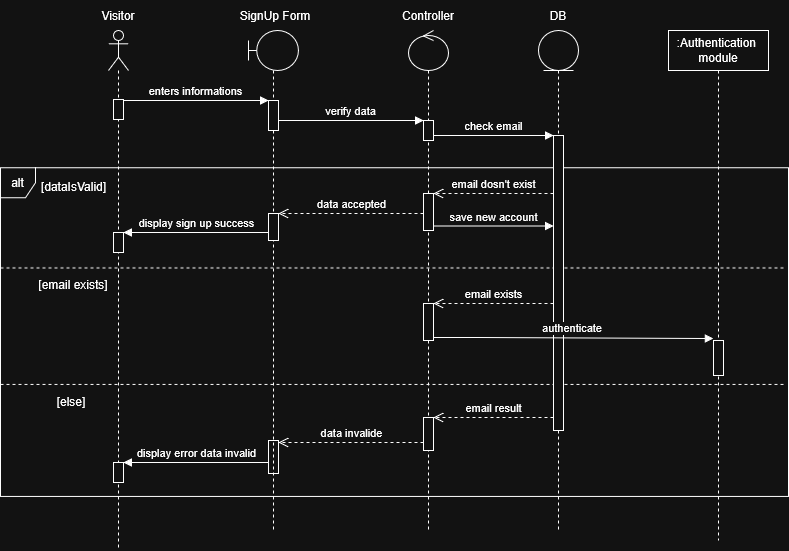
This is uml diagram/createAccount_sequence.png from rayenbenyoussef/Jci_Manager, a draw.io export, as it was before one commit. Source tidied: cells renumbered, new cells last; positions are measured from the earlier drawing's top-left corner, leaving out a move shared by most shapes.
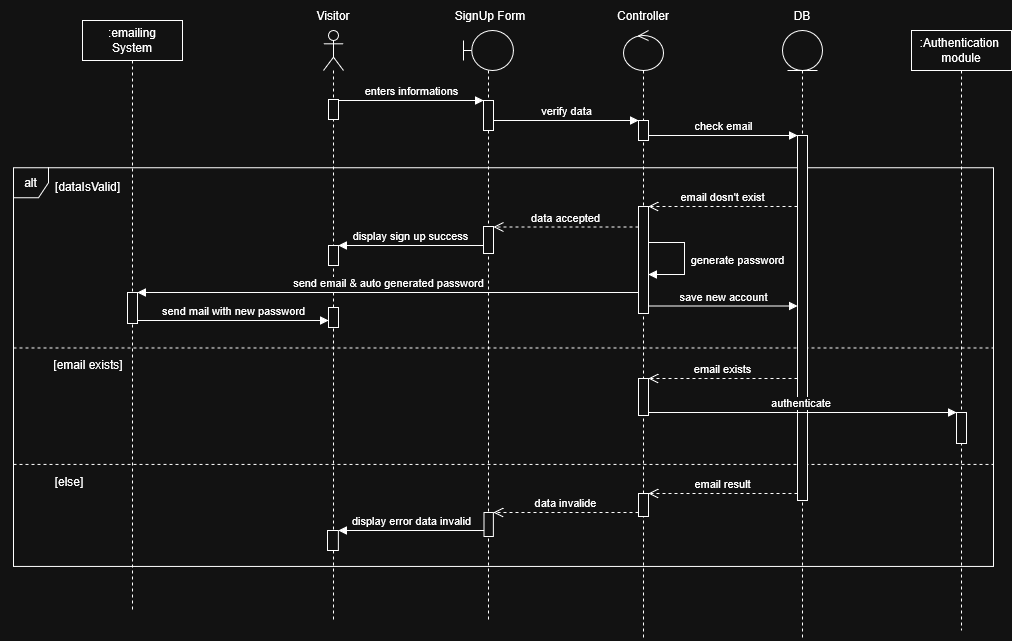
The same file after the commit.

Diff of the diagram source:
```diff
@@ -3,67 +3,67 @@
     <mxCell id="0" />
     <mxCell id="1" parent="0" />
     <mxCell id="2" style="group;fillColor=none;" parent="1" vertex="1">
-      <mxGeometry y="166" width="788" height="330" as="geometry" />
+      <mxGeometry x="-202" y="166" width="980" height="400" as="geometry" />
     </mxCell>
     <mxCell id="3" value="alt" style="shape=umlFrame;whiteSpace=wrap;html=1;width=35;height=30;fillColor=light-dark(#FFFFFF,transparent);" parent="2" vertex="1">
-      <mxGeometry y="1.3" width="788" height="328.7" as="geometry" />
+      <mxGeometry y="1.3" width="980" height="398.7" as="geometry" />
     </mxCell>
     <mxCell id="4" value="[dataIsValid]" style="text;html=1;whiteSpace=wrap;strokeColor=none;fillColor=none;align=center;verticalAlign=middle;rounded=0;" parent="2" vertex="1">
-      <mxGeometry x="33.7" width="78.6" height="39.1" as="geometry" />
+      <mxGeometry x="35.4" width="79.4" height="39.1" as="geometry" />
     </mxCell>
     <mxCell id="5" style="group;" parent="2" vertex="1">
-      <mxGeometry y="98.5" width="784" height="39.1" as="geometry" />
+      <mxGeometry y="178.5" width="980" height="39.1" as="geometry" />
     </mxCell>
     <mxCell id="6" style="endArrow=none;dashed=1;html=1;rounded=0;exitX=0;exitY=0.615;exitDx=0;exitDy=0;exitPerimeter=0;entryX=1.001;entryY=0.615;entryDx=0;entryDy=0;entryPerimeter=0;" parent="5" edge="1">
       <mxGeometry relative="1" as="geometry">
         <mxPoint y="2.9" as="sourcePoint" />
-        <mxPoint x="784" y="2.9" as="targetPoint" />
+        <mxPoint x="980" y="2.9" as="targetPoint" />
       </mxGeometry>
     </mxCell>
     <mxCell id="7" value="[email exists]" style="text;html=1;whiteSpace=wrap;strokeColor=none;fillColor=none;align=center;verticalAlign=middle;rounded=0;" parent="5" vertex="1">
-      <mxGeometry x="18" width="110" height="39.1" as="geometry" />
+      <mxGeometry x="5.8" width="137.5" height="39.1" as="geometry" />
     </mxCell>
     <mxCell id="8" style="group;" parent="2" vertex="1">
-      <mxGeometry y="215" width="784" height="39.1" as="geometry" />
+      <mxGeometry y="295" width="980" height="39.1" as="geometry" />
     </mxCell>
     <mxCell id="9" style="endArrow=none;dashed=1;html=1;rounded=0;exitX=0;exitY=0.615;exitDx=0;exitDy=0;exitPerimeter=0;entryX=1.001;entryY=0.615;entryDx=0;entryDy=0;entryPerimeter=0;" parent="8" edge="1">
       <mxGeometry relative="1" as="geometry">
         <mxPoint y="2.9" as="sourcePoint" />
-        <mxPoint x="784" y="2.9" as="targetPoint" />
+        <mxPoint x="980" y="2.9" as="targetPoint" />
       </mxGeometry>
     </mxCell>
     <mxCell id="10" value="[else]" style="text;html=1;whiteSpace=wrap;strokeColor=none;fillColor=none;align=center;verticalAlign=middle;rounded=0;" parent="8" vertex="1">
-      <mxGeometry x="16.1" width="110" height="39.1" as="geometry" />
+      <mxGeometry x="-13.1" width="137.5" height="39.1" as="geometry" />
     </mxCell>
-    <mxCell id="11" style="html=1;points=[[0,0,0,0,5],[0,1,0,0,-5],[1,0,0,0,5],[1,1,0,0,-5]];perimeter=orthogonalPerimeter;outlineConnect=0;targetShapes=umlLifeline;portConstraint=eastwest;newEdgeStyle={&quot;curved&quot;:0,&quot;rounded&quot;:0};" parent="2" vertex="1">
-      <mxGeometry x="268" y="274" width="10" height="33" as="geometry" />
-    </mxCell>
     <mxCell id="12" style="shape=umlLifeline;perimeter=lifelinePerimeter;whiteSpace=wrap;html=1;newEdgeStyle={&quot;curved&quot;:0,&quot;rounded&quot;:0};participant=umlActor;fillColor=light-dark(#FFFFFF,transparent);strokeColor=light-dark(#000000,#FFFFFF);" parent="1" vertex="1">
-      <mxGeometry x="108" y="30" width="20" height="520" as="geometry" />
+      <mxGeometry x="108" y="30" width="20" height="590" as="geometry" />
     </mxCell>
     <mxCell id="13" style="html=1;perimeter=orthogonalPerimeter;targetShapes=umlLifeline;newEdgeStyle={&quot;curved&quot;:0,&quot;rounded&quot;:0};" parent="12" vertex="1">
       <mxGeometry x="5" y="69" width="10" height="20" as="geometry" />
     </mxCell>
     <mxCell id="14" style="html=1;perimeter=orthogonalPerimeter;targetShapes=umlLifeline;newEdgeStyle={&quot;curved&quot;:0,&quot;rounded&quot;:0};" parent="12" vertex="1">
-      <mxGeometry x="5" y="202" width="10" height="20" as="geometry" />
+      <mxGeometry x="5" y="215" width="10" height="20" as="geometry" />
     </mxCell>
+    <mxCell id="47" style="html=1;perimeter=orthogonalPerimeter;targetShapes=umlLifeline;newEdgeStyle={&quot;curved&quot;:0,&quot;rounded&quot;:0};" parent="12" vertex="1">
+      <mxGeometry x="5" y="277" width="10" height="20" as="geometry" />
+    </mxCell>
     <mxCell id="15" style="html=1;perimeter=orthogonalPerimeter;targetShapes=umlLifeline;newEdgeStyle={&quot;curved&quot;:0,&quot;rounded&quot;:0};" parent="12" vertex="1">
-      <mxGeometry x="5" y="432" width="10" height="20" as="geometry" />
+      <mxGeometry x="4.1" y="500" width="10.9" height="20" as="geometry" />
     </mxCell>
     <mxCell id="16" value="&lt;span style=&quot;color: light-dark(rgb(0, 0, 0), rgb(255, 255, 255));&quot;&gt;Visitor&lt;/span&gt;" style="text;html=1;whiteSpace=wrap;strokeColor=none;fillColor=none;align=center;verticalAlign=middle;rounded=0;" parent="1" vertex="1">
       <mxGeometry x="88" width="60" height="30" as="geometry" />
     </mxCell>
     <mxCell id="17" style="group;" parent="1" vertex="1">
-      <mxGeometry x="503" width="110" height="530" as="geometry" />
+      <mxGeometry x="532" width="110" height="640" as="geometry" />
     </mxCell>
     <mxCell id="18" style="shape=umlLifeline;perimeter=lifelinePerimeter;whiteSpace=wrap;html=1;newEdgeStyle={&quot;curved&quot;:0,&quot;rounded&quot;:0};participant=umlEntity;" parent="17" vertex="1">
-      <mxGeometry x="35" y="30" width="40" height="500" as="geometry" />
+      <mxGeometry x="35" y="30" width="40" height="610" as="geometry" />
     </mxCell>
     <mxCell id="19" value="DB" style="text;html=1;whiteSpace=wrap;strokeColor=none;fillColor=none;align=center;verticalAlign=middle;rounded=0;" parent="17" vertex="1">
       <mxGeometry width="110" height="30" as="geometry" />
     </mxCell>
     <mxCell id="20" style="html=1;points=[[0,0,0,0,5],[0,1,0,0,-5],[1,0,0,0,5],[1,1,0,0,-5]];perimeter=orthogonalPerimeter;outlineConnect=0;targetShapes=umlLifeline;portConstraint=eastwest;newEdgeStyle={&quot;curved&quot;:0,&quot;rounded&quot;:0};" parent="17" vertex="1">
-      <mxGeometry x="50" y="135" width="10" height="295" as="geometry" />
+      <mxGeometry x="50" y="135" width="10" height="365" as="geometry" />
     </mxCell>
     <mxCell id="21" value="enters informations" style="html=1;verticalAlign=bottom;endArrow=block;curved=0;rounded=0;strokeColor=light-dark(#000000,#FFFFFF);" parent="1" edge="1">
       <mxGeometry relative="1" as="geometry">
@@ -78,23 +78,26 @@
         </Array>
       </mxGeometry>
     </mxCell>
-    <mxCell id="23" value="data accepted" style="html=1;verticalAlign=bottom;endArrow=open;dashed=1;endSize=8;curved=0;rounded=0;" parent="1" edge="1" source="26" target="39">
-      <mxGeometry relative="1" as="geometry" />
+    <mxCell id="23" value="data accepted" style="html=1;verticalAlign=bottom;endArrow=open;dashed=1;endSize=8;curved=0;rounded=0;" parent="1" edge="1">
+      <mxGeometry relative="1" as="geometry">
+        <mxPoint x="423" y="226.5" as="sourcePoint" />
+        <mxPoint x="278" y="226.5" as="targetPoint" />
+      </mxGeometry>
     </mxCell>
     <mxCell id="24" style="group;" parent="1" vertex="1">
-      <mxGeometry x="373" width="110" height="530" as="geometry" />
+      <mxGeometry x="373" width="110" height="640" as="geometry" />
     </mxCell>
     <mxCell id="25" style="shape=umlLifeline;perimeter=lifelinePerimeter;whiteSpace=wrap;html=1;newEdgeStyle={&quot;curved&quot;:0,&quot;rounded&quot;:0};participant=umlControl;" parent="24" vertex="1">
-      <mxGeometry x="35" y="30" width="40" height="500" as="geometry" />
+      <mxGeometry x="35" y="30" width="40" height="610" as="geometry" />
     </mxCell>
     <mxCell id="26" style="html=1;points=[[0,0,0,0,5],[0,1,0,0,-5],[1,0,0,0,5],[1,1,0,0,-5]];perimeter=orthogonalPerimeter;outlineConnect=0;targetShapes=umlLifeline;portConstraint=eastwest;newEdgeStyle={&quot;curved&quot;:0,&quot;rounded&quot;:0};" parent="25" vertex="1">
-      <mxGeometry x="15" y="163" width="10" height="37" as="geometry" />
+      <mxGeometry x="15" y="176" width="10" height="107" as="geometry" />
     </mxCell>
     <mxCell id="27" style="html=1;points=[[0,0,0,0,5],[0,1,0,0,-5],[1,0,0,0,5],[1,1,0,0,-5]];perimeter=orthogonalPerimeter;outlineConnect=0;targetShapes=umlLifeline;portConstraint=eastwest;newEdgeStyle={&quot;curved&quot;:0,&quot;rounded&quot;:0};" parent="25" vertex="1">
-      <mxGeometry x="15" y="273" width="10" height="37" as="geometry" />
+      <mxGeometry x="15" y="348" width="10" height="37" as="geometry" />
     </mxCell>
     <mxCell id="28" style="html=1;points=[[0,0,0,0,5],[0,1,0,0,-5],[1,0,0,0,5],[1,1,0,0,-5]];perimeter=orthogonalPerimeter;outlineConnect=0;targetShapes=umlLifeline;portConstraint=eastwest;newEdgeStyle={&quot;curved&quot;:0,&quot;rounded&quot;:0};" parent="25" vertex="1">
-      <mxGeometry x="15" y="387" width="10" height="33" as="geometry" />
+      <mxGeometry x="15" y="463" width="10" height="23" as="geometry" />
     </mxCell>
     <mxCell id="29" value="Controller" style="text;html=1;whiteSpace=wrap;strokeColor=none;fillColor=none;align=center;verticalAlign=middle;rounded=0;" parent="24" vertex="1">
       <mxGeometry width="110" height="30" as="geometry" />
@@ -102,10 +105,26 @@
     <mxCell id="30" style="html=1;points=[[0,0,0,0,5],[0,1,0,0,-5],[1,0,0,0,5],[1,1,0,0,-5]];perimeter=orthogonalPerimeter;outlineConnect=0;targetShapes=umlLifeline;portConstraint=eastwest;newEdgeStyle={&quot;curved&quot;:0,&quot;rounded&quot;:0};" parent="24" vertex="1">
       <mxGeometry x="50" y="120" width="10" height="20" as="geometry" />
     </mxCell>
+    <mxCell id="48" style="html=1;verticalAlign=bottom;endArrow=block;curved=0;rounded=0;" parent="24" edge="1">
+      <mxGeometry relative="1" as="geometry">
+        <mxPoint x="60" y="242" as="sourcePoint" />
+        <mxPoint x="60" y="274" as="targetPoint" />
+        <Array as="points">
+          <mxPoint x="76" y="242" />
+          <mxPoint x="96" y="242" />
+          <mxPoint x="96" y="274" />
+        </Array>
+      </mxGeometry>
+    </mxCell>
+    <mxCell id="49" value="generate password" style="edgeLabel;html=1;align=center;verticalAlign=middle;" parent="48" vertex="1">
+      <mxGeometry y="1" relative="1" as="geometry">
+        <mxPoint x="51" as="offset" />
+      </mxGeometry>
+    </mxCell>
     <mxCell id="31" value="save new account" style="html=1;verticalAlign=bottom;endArrow=block;curved=0;rounded=0;" parent="1" edge="1">
       <mxGeometry relative="1" as="geometry">
-        <mxPoint x="433" y="225.5" as="sourcePoint" />
-        <mxPoint x="553" y="225.5" as="targetPoint" />
+        <mxPoint x="433" y="305.5" as="sourcePoint" />
+        <mxPoint x="582" y="305.5" as="targetPoint" />
       </mxGeometry>
     </mxCell>
     <mxCell id="32" value="check email" style="html=1;verticalAlign=bottom;endArrow=block;curved=0;rounded=0;" parent="1" edge="1" source="30" target="20">
@@ -113,22 +132,25 @@
     </mxCell>
     <mxCell id="33" value="email dosn't exist" style="html=1;verticalAlign=bottom;endArrow=open;dashed=1;endSize=8;curved=0;rounded=0;" parent="1" edge="1">
       <mxGeometry relative="1" as="geometry">
-        <mxPoint x="553" y="193" as="sourcePoint" />
-        <mxPoint x="433" y="193" as="targetPoint" />
+        <mxPoint x="582" y="206" as="sourcePoint" />
+        <mxPoint x="433" y="206" as="targetPoint" />
       </mxGeometry>
     </mxCell>
     <mxCell id="34" value="display sign up success" style="html=1;verticalAlign=bottom;endArrow=block;curved=0;rounded=0;" parent="1" edge="1">
       <mxGeometry relative="1" as="geometry">
-        <mxPoint x="268" y="232" as="sourcePoint" />
-        <mxPoint x="123" y="232" as="targetPoint" />
+        <mxPoint x="268" y="245" as="sourcePoint" />
+        <mxPoint x="123" y="245" as="targetPoint" />
       </mxGeometry>
     </mxCell>
     <mxCell id="35" style="group;" parent="1" vertex="1">
-      <mxGeometry x="218" width="110" height="530" as="geometry" />
+      <mxGeometry x="218" width="110" height="620" as="geometry" />
     </mxCell>
     <mxCell id="36" style="shape=umlLifeline;perimeter=lifelinePerimeter;whiteSpace=wrap;html=1;newEdgeStyle={&quot;curved&quot;:0,&quot;rounded&quot;:0};participant=umlBoundary;" parent="35" vertex="1">
-      <mxGeometry x="30" y="30" width="50" height="500" as="geometry" />
+      <mxGeometry x="30" y="30" width="50" height="590" as="geometry" />
     </mxCell>
+    <mxCell id="11" style="html=1;points=[[0,0,0,0,5],[0,1,0,0,-5],[1,0,0,0,5],[1,1,0,0,-5]];perimeter=orthogonalPerimeter;outlineConnect=0;targetShapes=umlLifeline;portConstraint=eastwest;newEdgeStyle={&quot;curved&quot;:0,&quot;rounded&quot;:0};" parent="36" vertex="1">
+      <mxGeometry x="20.6" y="482" width="9.4" height="24" as="geometry" />
+    </mxCell>
     <mxCell id="37" value="SignUp Form" style="text;html=1;whiteSpace=wrap;strokeColor=none;fillColor=none;align=center;verticalAlign=middle;rounded=0;" parent="35" vertex="1">
       <mxGeometry x="2" width="110" height="30" as="geometry" />
     </mxCell>
@@ -136,37 +158,60 @@
       <mxGeometry x="50" y="100" width="10" height="30" as="geometry" />
     </mxCell>
     <mxCell id="39" style="html=1;points=[[0,0,0,0,5],[0,1,0,0,-5],[1,0,0,0,5],[1,1,0,0,-5]];perimeter=orthogonalPerimeter;outlineConnect=0;targetShapes=umlLifeline;portConstraint=eastwest;newEdgeStyle={&quot;curved&quot;:0,&quot;rounded&quot;:0};" parent="35" vertex="1">
-      <mxGeometry x="50" y="213" width="10" height="27" as="geometry" />
+      <mxGeometry x="50" y="226" width="10" height="27" as="geometry" />
     </mxCell>
-    <mxCell id="40" value="email exists" style="html=1;verticalAlign=bottom;endArrow=open;dashed=1;endSize=8;curved=0;rounded=0;" parent="1" edge="1" source="20" target="27">
-      <mxGeometry relative="1" as="geometry" />
+    <mxCell id="40" value="email exists" style="html=1;verticalAlign=bottom;endArrow=open;dashed=1;endSize=8;curved=0;rounded=0;" parent="1" edge="1" target="27">
+      <mxGeometry relative="1" as="geometry">
+        <mxPoint x="582" y="378" as="sourcePoint" />
+      </mxGeometry>
     </mxCell>
     <mxCell id="41" value="&lt;div&gt;:Authentication&amp;nbsp;&lt;/div&gt;&lt;div&gt;module&lt;/div&gt;" style="shape=umlLifeline;perimeter=lifelinePerimeter;whiteSpace=wrap;html=1;newEdgeStyle={&quot;curved&quot;:0,&quot;rounded&quot;:0};" parent="1" vertex="1">
-      <mxGeometry x="668" y="30" width="100" height="510" as="geometry" />
+      <mxGeometry x="696" y="30" width="100" height="600" as="geometry" />
     </mxCell>
     <mxCell id="42" style="html=1;perimeter=orthogonalPerimeter;targetShapes=umlLifeline;newEdgeStyle={&quot;curved&quot;:0,&quot;rounded&quot;:0};" parent="41" vertex="1">
-      <mxGeometry x="45" y="310" width="10" height="35" as="geometry" />
+      <mxGeometry x="45" y="382" width="10" height="31" as="geometry" />
     </mxCell>
     <mxCell id="43" value="authenticate&amp;nbsp;" style="html=1;verticalAlign=bottom;endArrow=block;curved=0;rounded=0;" parent="1" edge="1" source="27">
       <mxGeometry relative="1" as="geometry">
-        <mxPoint x="713" y="338" as="targetPoint" />
+        <mxPoint x="741" y="412" as="targetPoint" />
         <Array as="points">
-          <mxPoint x="478" y="337" />
+          <mxPoint x="478" y="412" />
         </Array>
       </mxGeometry>
     </mxCell>
-    <mxCell id="44" value="email result" style="html=1;verticalAlign=bottom;endArrow=open;dashed=1;endSize=8;curved=0;rounded=0;" parent="1" edge="1" source="20" target="28">
-      <mxGeometry relative="1" as="geometry" />
+    <mxCell id="44" value="email result" style="html=1;verticalAlign=bottom;endArrow=open;dashed=1;endSize=8;curved=0;rounded=0;" parent="1" edge="1" target="28">
+      <mxGeometry relative="1" as="geometry">
+        <mxPoint x="582" y="493" as="sourcePoint" />
+      </mxGeometry>
     </mxCell>
     <mxCell id="45" value="data invalide" style="html=1;verticalAlign=bottom;endArrow=open;dashed=1;endSize=8;curved=0;rounded=0;" parent="1" edge="1" target="11">
       <mxGeometry relative="1" as="geometry">
-        <mxPoint x="423" y="442" as="sourcePoint" />
+        <mxPoint x="423" y="512" as="sourcePoint" />
       </mxGeometry>
     </mxCell>
-    <mxCell id="46" value="display error data invalid" style="html=1;verticalAlign=bottom;endArrow=block;curved=0;rounded=0;" parent="1" edge="1" source="11">
+    <mxCell id="46" value="display error data invalid" style="html=1;verticalAlign=bottom;endArrow=block;curved=0;rounded=0;" parent="1" edge="1">
       <mxGeometry relative="1" as="geometry">
-        <mxPoint x="123" y="462" as="targetPoint" />
+        <mxPoint x="268.6" y="530" as="sourcePoint" />
+        <mxPoint x="123" y="530" as="targetPoint" />
       </mxGeometry>
     </mxCell>
+    <mxCell id="50" value="&lt;div&gt;:emailing&lt;/div&gt;&lt;div&gt;System&lt;/div&gt;" style="shape=umlLifeline;perimeter=lifelinePerimeter;whiteSpace=wrap;html=1;newEdgeStyle={&quot;curved&quot;:0,&quot;rounded&quot;:0};" parent="1" vertex="1">
+      <mxGeometry x="-133" y="20" width="100" height="590" as="geometry" />
+    </mxCell>
+    <mxCell id="51" style="html=1;perimeter=orthogonalPerimeter;targetShapes=umlLifeline;newEdgeStyle={&quot;curved&quot;:0,&quot;rounded&quot;:0};" parent="50" vertex="1">
+      <mxGeometry x="45" y="272" width="10" height="31" as="geometry" />
+    </mxCell>
+    <mxCell id="52" value="send email &amp;amp; auto generated password" style="html=1;verticalAlign=bottom;endArrow=block;curved=0;rounded=0;" parent="1" edge="1">
+      <mxGeometry relative="1" as="geometry">
+        <mxPoint x="423" y="292" as="sourcePoint" />
+        <mxPoint x="-78" y="292" as="targetPoint" />
+      </mxGeometry>
+    </mxCell>
+    <mxCell id="53" value="send mail with new password" style="html=1;verticalAlign=bottom;endArrow=block;curved=0;rounded=0;strokeColor=light-dark(#000000,#FFFFFF);" parent="1" edge="1">
+      <mxGeometry relative="1" as="geometry">
+        <mxPoint x="-78" y="320" as="sourcePoint" />
+        <mxPoint x="113" y="320" as="targetPoint" />
+      </mxGeometry>
+    </mxCell>
   </root>
 </mxGraphModel>
```
